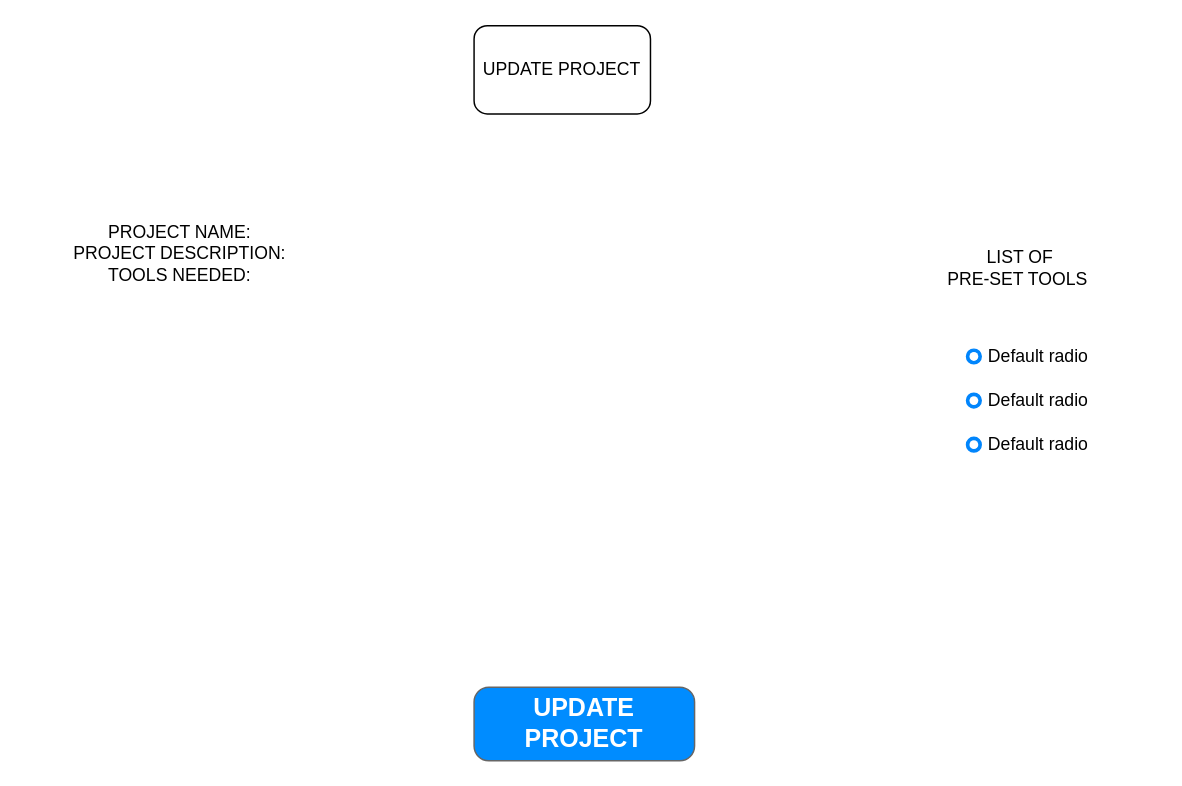
The draw.io diagram page "EDIT PAGE" (5 of 6) of Untitled Diagram.drawio in wescbro12/Unit-2-Honey-Do, before the edit. Source tidied: cells renumbered, new cells numbered last; positions are measured from the earlier drawing's top-left corner, leaving out a move shared by most shapes. Both pictures are drawn from the tidied source at 147%, with x=0, y=0 at pixel (25, 25).
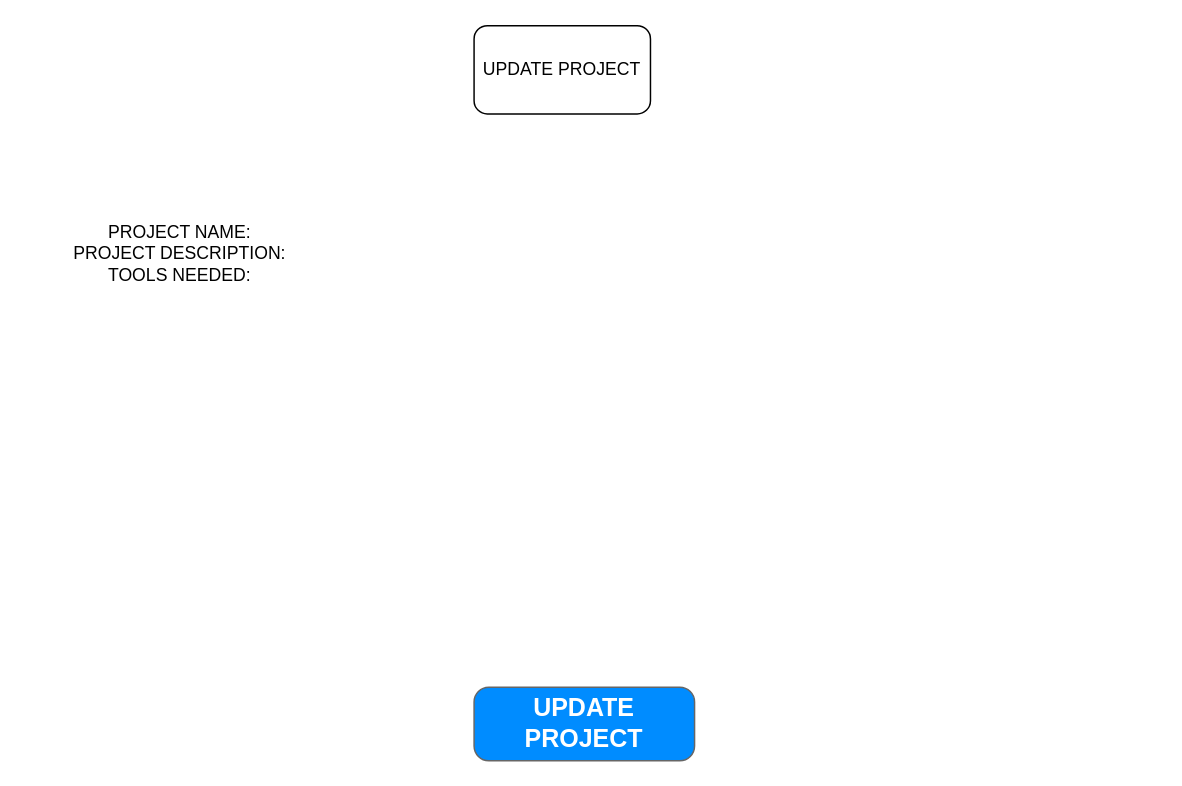
The same page after the edit.

The edit, as a diff of the source:
```diff
@@
 <mxGraphModel>
   <root>
     <mxCell id="0" />
     <mxCell id="1" parent="0" />
     <mxCell id="2" value="UPDATE PROJECT" style="rounded=1;whiteSpace=wrap;html=1;" parent="1" vertex="1">
       <mxGeometry x="305" width="120" height="60" as="geometry" />
     </mxCell>
     <mxCell id="3" value="PROJECT NAME:&lt;br&gt;PROJECT DESCRIPTION:&lt;br&gt;TOOLS NEEDED:" style="text;html=1;strokeColor=none;fillColor=none;align=center;verticalAlign=middle;whiteSpace=wrap;rounded=0;" parent="1" vertex="1">
       <mxGeometry y="120" width="210" height="70" as="geometry" />
     </mxCell>
-    <mxCell id="4" value="&amp;nbsp;LIST OF&lt;br&gt;PRE-SET TOOLS" style="text;html=1;strokeColor=none;fillColor=none;align=center;verticalAlign=middle;whiteSpace=wrap;rounded=0;" parent="1" vertex="1">
-      <mxGeometry x="580" y="120" width="190" height="90" as="geometry" />
-    </mxCell>
-    <mxCell id="5" value="Default radio" style="html=1;shadow=0;dashed=0;shape=mxgraph.bootstrap.radioButton2;labelPosition=right;verticalLabelPosition=middle;align=left;verticalAlign=middle;gradientColor=#DEDEDE;fillColor=#EDEDED;checked=1;spacing=5;checkedFill=#0085FC;checkedStroke=#ffffff;sketch=0;" parent="1" vertex="1">
-      <mxGeometry x="640" y="220" width="10" height="10" as="geometry" />
-    </mxCell>
-    <mxCell id="6" value="Default radio" style="html=1;shadow=0;dashed=0;shape=mxgraph.bootstrap.radioButton2;labelPosition=right;verticalLabelPosition=middle;align=left;verticalAlign=middle;gradientColor=#DEDEDE;fillColor=#EDEDED;checked=1;spacing=5;checkedFill=#0085FC;checkedStroke=#ffffff;sketch=0;" parent="1" vertex="1">
-      <mxGeometry x="640" y="250" width="10" height="10" as="geometry" />
-    </mxCell>
-    <mxCell id="7" value="Default radio" style="html=1;shadow=0;dashed=0;shape=mxgraph.bootstrap.radioButton2;labelPosition=right;verticalLabelPosition=middle;align=left;verticalAlign=middle;gradientColor=#DEDEDE;fillColor=#EDEDED;checked=1;spacing=5;checkedFill=#0085FC;checkedStroke=#ffffff;sketch=0;" parent="1" vertex="1">
-      <mxGeometry x="640" y="280" width="10" height="10" as="geometry" />
-    </mxCell>
     <mxCell id="8" value="UPDATE PROJECT" style="strokeWidth=1;shadow=0;dashed=0;align=center;html=1;shape=mxgraph.mockup.buttons.button;strokeColor=#666666;fontColor=#ffffff;mainText=;buttonStyle=round;fontSize=17;fontStyle=1;fillColor=#008cff;whiteSpace=wrap;" parent="1" vertex="1">
       <mxGeometry x="305" y="450" width="150" height="50" as="geometry" />
     </mxCell>
   </root>
 </mxGraphModel>
```
